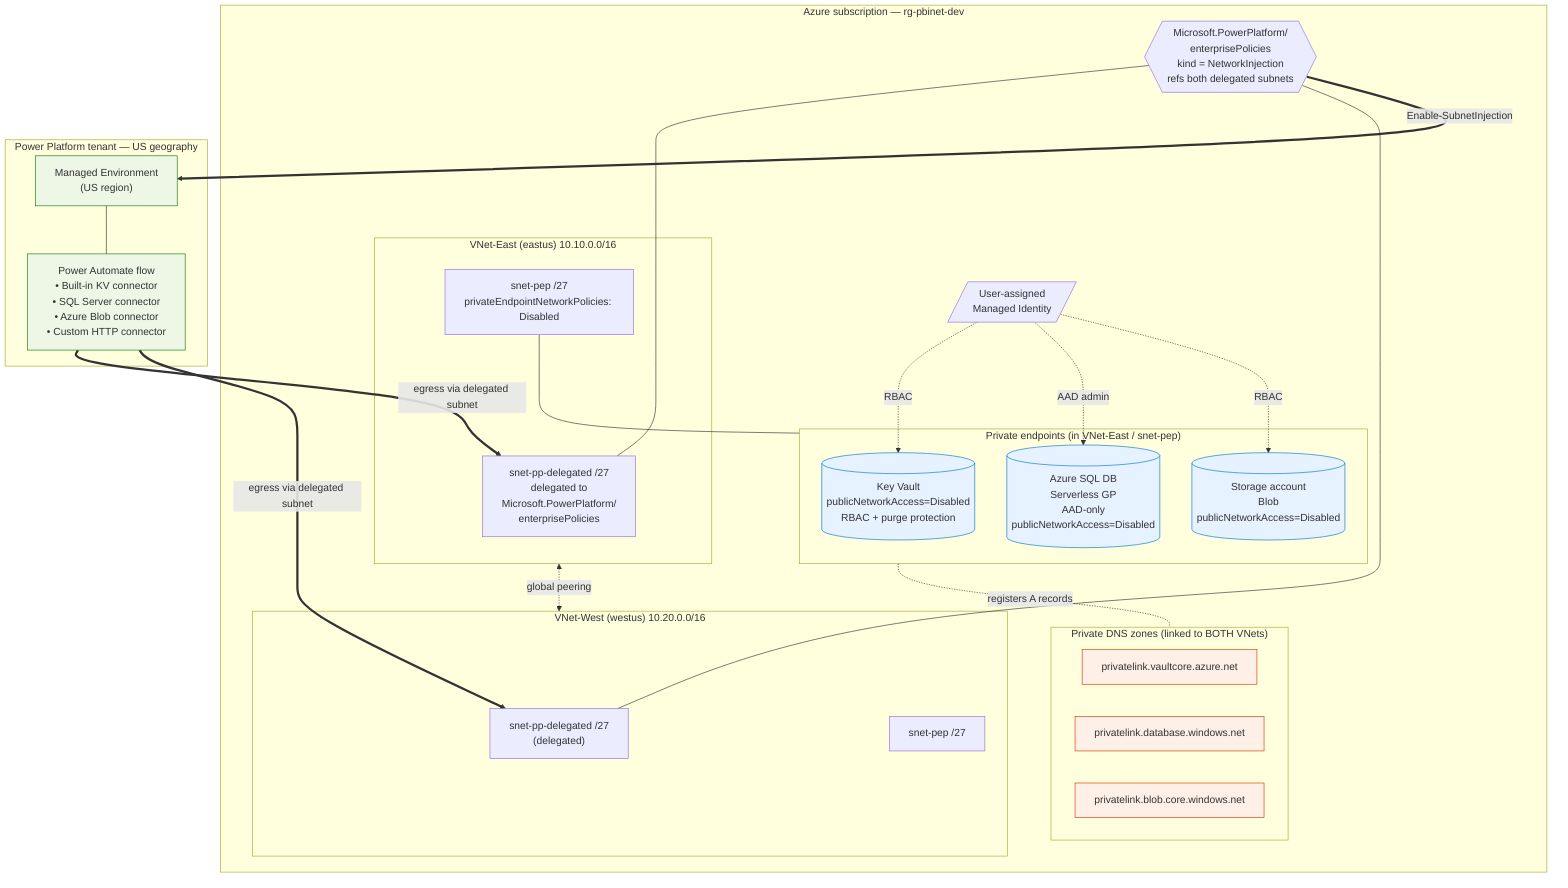
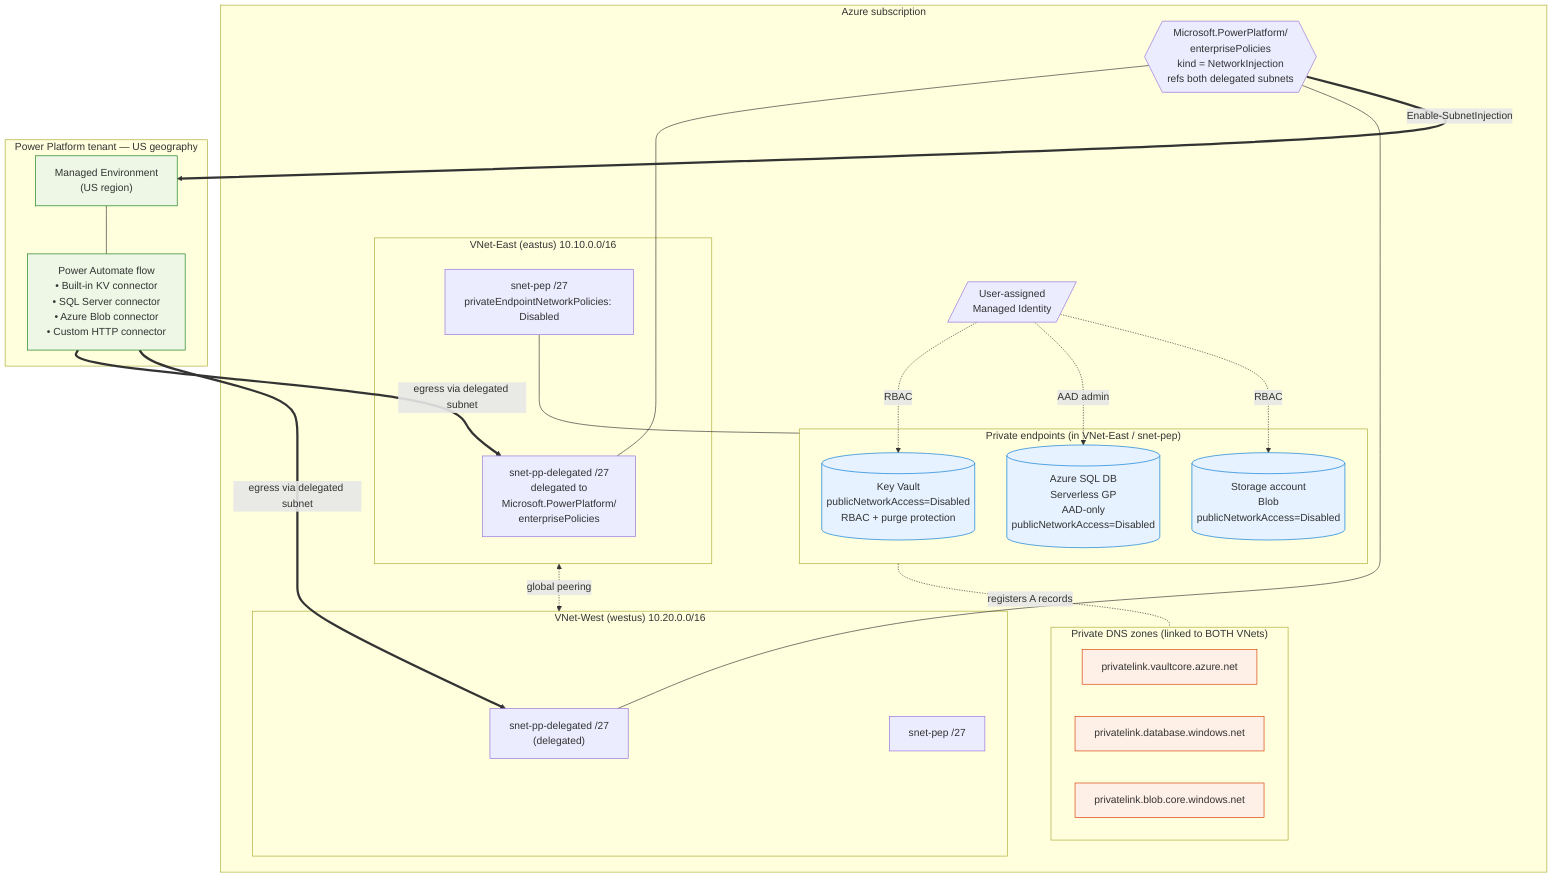
flowchart TB
-     subgraph Sub["Azure subscription — rg-pbinet-dev"]
+     subgraph Sub["Azure subscription"]
        subgraph East["VNet-East (eastus) 10.10.0.0/16"]
            EDeleg["snet-pp-delegated /27<br/>delegated to<br/>Microsoft.PowerPlatform/<br/>enterprisePolicies"]
            EPep["snet-pep /27<br/>privateEndpointNetworkPolicies: Disabled"]
        end

        subgraph West["VNet-West (westus) 10.20.0.0/16"]
            WDeleg["snet-pp-delegated /27<br/>(delegated)"]
            WPep["snet-pep /27"]
        end

        East <-. global peering .-> West

        subgraph PEs["Private endpoints (in VNet-East / snet-pep)"]
            KV[(Key Vault<br/>publicNetworkAccess=Disabled<br/>RBAC + purge protection)]
            SQL[(Azure SQL DB<br/>Serverless GP<br/>AAD-only<br/>publicNetworkAccess=Disabled)]
            ST[(Storage account<br/>Blob<br/>publicNetworkAccess=Disabled)]
        end

        subgraph DNS["Private DNS zones (linked to BOTH VNets)"]
            Z1[privatelink.vaultcore.azure.net]
            Z2[privatelink.database.windows.net]
            Z3[privatelink.blob.core.windows.net]
        end

        EP{{"Microsoft.PowerPlatform/<br/>enterprisePolicies<br/>kind = NetworkInjection<br/>refs both delegated subnets"}}
        UAMI[/User-assigned<br/>Managed Identity/]

        EPep --- PEs
        PEs -. registers A records .- DNS
        EP --- EDeleg
        EP --- WDeleg
        UAMI -. RBAC .-> KV
        UAMI -. AAD admin .-> SQL
        UAMI -. RBAC .-> ST
    end

    subgraph PP["Power Platform tenant — US geography"]
        ME["Managed Environment<br/>(US region)"]
        Flow["Power Automate flow<br/>• Built-in KV connector<br/>• SQL Server connector<br/>• Azure Blob connector<br/>• Custom HTTP connector"]
        ME --- Flow
    end

    EP == Enable-SubnetInjection ==> ME
    Flow == egress via delegated subnet ==> EDeleg
    Flow == egress via delegated subnet ==> WDeleg

    classDef pe fill:#e6f2ff,stroke:#0078d4
    classDef dns fill:#fef0e6,stroke:#d83b01
    classDef pp fill:#eef7e6,stroke:#107c10
    class KV,SQL,ST pe
    class Z1,Z2,Z3 dns
    class ME,Flow pp
